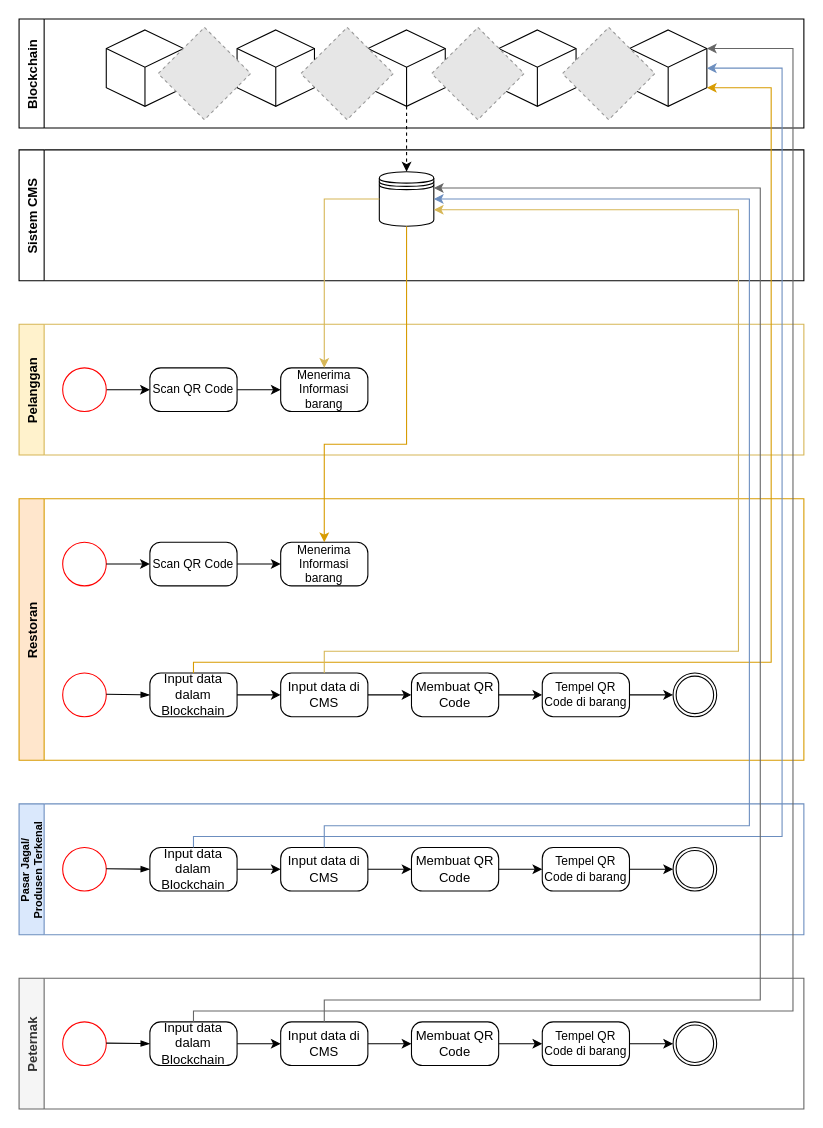
This is BPMN2_Ternak(No Fiesta).drawio from hanggaa/Diagram, a draw.io file, before an edit. Source tidied: cells renumbered, new cells numbered last; positions are measured from the earlier drawing's top-left corner, leaving out a move shared by most shapes. Both pictures are drawn from the tidied source at 109%, with x=0, y=0 at pixel (19, 19). Pictures stored in the file or linked from it are replaced by grey dashed boxes.
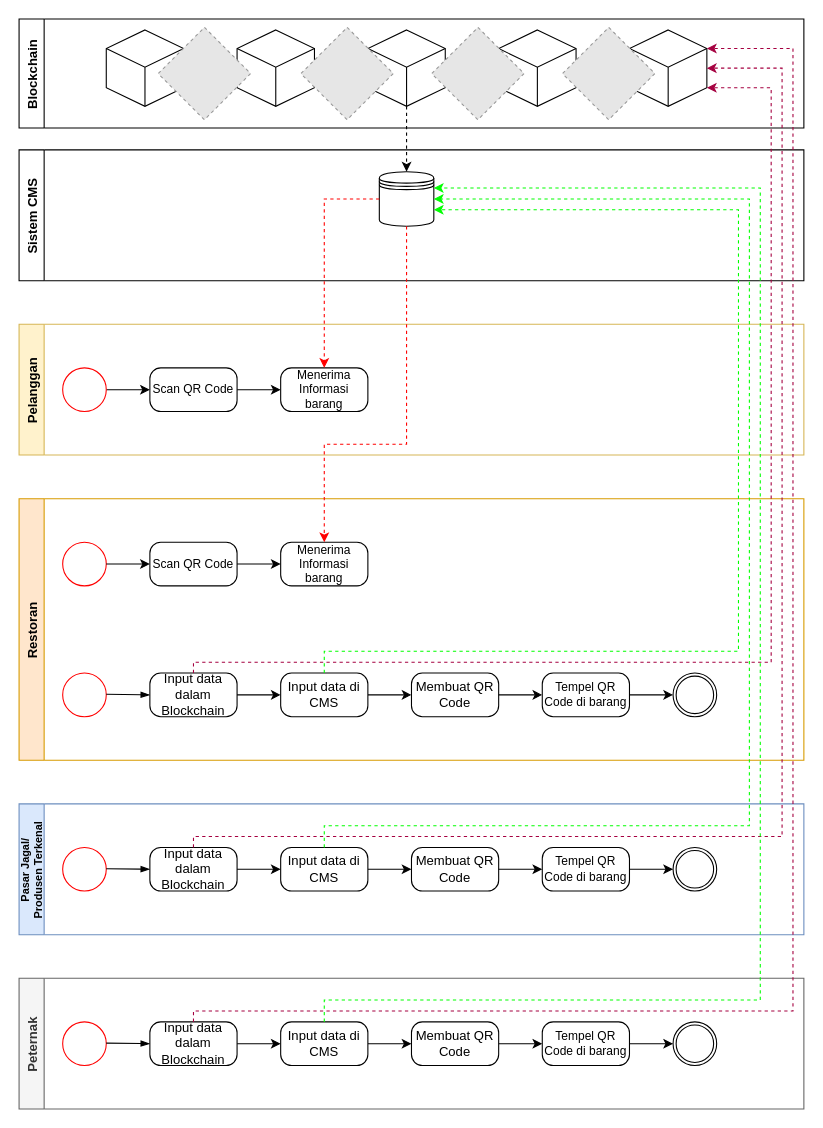
The same diagram, later.

The change refers to these unchanged cells:
```xml
<mxCell id="5" value="Input data dalam Blockchain" style="points=[[0.25,0,0],[0.5,0,0],[0.75,0,0],[1,0.25,0],[1,0.5,0],[1,0.75,0],[0.75,1,0],[0.5,1,0],[0.25,1,0],[0,0.75,0],[0,0.5,0],[0,0.25,0]];shape=mxgraph.bpmn.task;whiteSpace=wrap;rectStyle=rounded;size=10;taskMarker=abstract;" parent="2" vertex="1">
  <mxGeometry x="120" y="160" width="80" height="40" as="geometry" />
</mxCell>
<mxCell id="7" value="Input data di CMS" style="points=[[0.25,0,0],[0.5,0,0],[0.75,0,0],[1,0.25,0],[1,0.5,0],[1,0.75,0],[0.75,1,0],[0.5,1,0],[0.25,1,0],[0,0.75,0],[0,0.5,0],[0,0.25,0]];shape=mxgraph.bpmn.task;whiteSpace=wrap;rectStyle=rounded;size=10;taskMarker=abstract;" parent="2" vertex="1">
  <mxGeometry x="240" y="160" width="80" height="40" as="geometry" />
</mxCell>
<mxCell id="17" value="Menerima Informasi barang" style="points=[[0.25,0,0],[0.5,0,0],[0.75,0,0],[1,0.25,0],[1,0.5,0],[1,0.75,0],[0.75,1,0],[0.5,1,0],[0.25,1,0],[0,0.75,0],[0,0.5,0],[0,0.25,0]];shape=mxgraph.bpmn.task;whiteSpace=wrap;rectStyle=rounded;size=10;taskMarker=abstract;fontSize=11;" parent="2" vertex="1">
  <mxGeometry x="240" y="40" width="80" height="40" as="geometry" />
</mxCell>
<mxCell id="23" value="Input data dalam Blockchain" style="points=[[0.25,0,0],[0.5,0,0],[0.75,0,0],[1,0.25,0],[1,0.5,0],[1,0.75,0],[0.75,1,0],[0.5,1,0],[0.25,1,0],[0,0.75,0],[0,0.5,0],[0,0.25,0]];shape=mxgraph.bpmn.task;whiteSpace=wrap;rectStyle=rounded;size=10;taskMarker=abstract;" parent="19" vertex="1">
  <mxGeometry x="120" y="40" width="80" height="40" as="geometry" />
</mxCell>
<mxCell id="25" value="Input data di CMS" style="points=[[0.25,0,0],[0.5,0,0],[0.75,0,0],[1,0.25,0],[1,0.5,0],[1,0.75,0],[0.75,1,0],[0.5,1,0],[0.25,1,0],[0,0.75,0],[0,0.5,0],[0,0.25,0]];shape=mxgraph.bpmn.task;whiteSpace=wrap;rectStyle=rounded;size=10;taskMarker=abstract;" parent="19" vertex="1">
  <mxGeometry x="240" y="40" width="80" height="40" as="geometry" />
</mxCell>
<mxCell id="32" style="shape=datastore;whiteSpace=wrap;html=1;labelPosition=center;verticalLabelPosition=bottom;align=center;verticalAlign=top;" parent="31" vertex="1">
  <mxGeometry x="330.5" y="20" width="50" height="50" as="geometry" />
</mxCell>
<mxCell id="38" style="html=1;whiteSpace=wrap;shape=isoCube2;backgroundOutline=1;isoAngle=15;" parent="33" vertex="1">
  <mxGeometry x="560" y="10" width="71" height="70" as="geometry" />
</mxCell>
<mxCell id="48" value="Menerima Informasi barang" style="points=[[0.25,0,0],[0.5,0,0],[0.75,0,0],[1,0.25,0],[1,0.5,0],[1,0.75,0],[0.75,1,0],[0.5,1,0],[0.25,1,0],[0,0.75,0],[0,0.5,0],[0,0.25,0]];shape=mxgraph.bpmn.task;whiteSpace=wrap;rectStyle=rounded;size=10;taskMarker=abstract;fontSize=11;" parent="43" vertex="1">
  <mxGeometry x="240" y="40" width="80" height="40" as="geometry" />
</mxCell>
<mxCell id="53" value="Input data dalam Blockchain" style="points=[[0.25,0,0],[0.5,0,0],[0.75,0,0],[1,0.25,0],[1,0.5,0],[1,0.75,0],[0.75,1,0],[0.5,1,0],[0.25,1,0],[0,0.75,0],[0,0.5,0],[0,0.25,0]];shape=mxgraph.bpmn.task;whiteSpace=wrap;rectStyle=rounded;size=10;taskMarker=abstract;" parent="50" vertex="1">
  <mxGeometry x="120" y="40" width="80" height="40" as="geometry" />
</mxCell>
<mxCell id="55" value="Input data di CMS" style="points=[[0.25,0,0],[0.5,0,0],[0.75,0,0],[1,0.25,0],[1,0.5,0],[1,0.75,0],[0.75,1,0],[0.5,1,0],[0.25,1,0],[0,0.75,0],[0,0.5,0],[0,0.25,0]];shape=mxgraph.bpmn.task;whiteSpace=wrap;rectStyle=rounded;size=10;taskMarker=abstract;" parent="50" vertex="1">
  <mxGeometry x="240" y="40" width="80" height="40" as="geometry" />
</mxCell>
```

Change to the diagram source:
```diff
@@
-    <mxCell id="62" style="edgeStyle=orthogonalEdgeStyle;rounded=0;jettySize=auto;html=1;exitX=0.5;exitY=0;exitDx=0;exitDy=0;exitPerimeter=0;entryX=0;entryY=0;entryDx=71;entryDy=17.045591894688236;entryPerimeter=0;fillColor=#f5f5f5;strokeColor=#666666;" parent="1" edge="1" source="23" target="38">
+    <mxCell id="62" style="edgeStyle=orthogonalEdgeStyle;rounded=0;jettySize=auto;html=1;exitX=0.5;exitY=0;exitDx=0;exitDy=0;exitPerimeter=0;entryX=0;entryY=0;entryDx=71;entryDy=17.045591894688236;entryPerimeter=0;fillColor=#d80073;strokeColor=#A50040;dashed=1;" parent="1" edge="1" source="23" target="38">
       <mxGeometry relative="1" as="geometry">
         <Array as="points">
           <mxPoint x="160" y="910" />
           <mxPoint x="710" y="910" />
           <mxPoint x="710" y="27" />
         </Array>
       </mxGeometry>
     </mxCell>
-    <mxCell id="63" style="edgeStyle=orthogonalEdgeStyle;rounded=0;jettySize=auto;html=1;exitX=0.5;exitY=0;exitDx=0;exitDy=0;exitPerimeter=0;entryX=1;entryY=0.5;entryDx=0;entryDy=0;entryPerimeter=0;fillColor=#dae8fc;strokeColor=#6c8ebf;" parent="1" edge="1" source="53" target="38">
+    <mxCell id="63" style="edgeStyle=orthogonalEdgeStyle;rounded=0;jettySize=auto;html=1;exitX=0.5;exitY=0;exitDx=0;exitDy=0;exitPerimeter=0;entryX=1;entryY=0.5;entryDx=0;entryDy=0;entryPerimeter=0;fillColor=#d80073;strokeColor=#A50040;dashed=1;" parent="1" edge="1" source="53" target="38">
       <mxGeometry relative="1" as="geometry">
         <Array as="points">
           <mxPoint x="160" y="750" />
           <mxPoint x="700" y="750" />
           <mxPoint x="700" y="45" />
         </Array>
       </mxGeometry>
     </mxCell>
-    <mxCell id="64" style="edgeStyle=orthogonalEdgeStyle;rounded=0;jettySize=auto;html=1;exitX=0.5;exitY=0;exitDx=0;exitDy=0;exitPerimeter=0;entryX=0;entryY=0;entryDx=71;entryDy=52.954408105311764;entryPerimeter=0;fillColor=#ffe6cc;strokeColor=#d79b00;" parent="1" edge="1" source="5" target="38">
+    <mxCell id="64" style="edgeStyle=orthogonalEdgeStyle;rounded=0;jettySize=auto;html=1;exitX=0.5;exitY=0;exitDx=0;exitDy=0;exitPerimeter=0;entryX=0;entryY=0;entryDx=71;entryDy=52.954408105311764;entryPerimeter=0;fillColor=#d80073;strokeColor=#A50040;dashed=1;" parent="1" edge="1" source="5" target="38">
       <mxGeometry relative="1" as="geometry">
         <Array as="points">
           <mxPoint x="160" y="590" />
           <mxPoint x="690" y="590" />
           <mxPoint x="690" y="63" />
         </Array>
       </mxGeometry>
     </mxCell>
-    <mxCell id="65" style="edgeStyle=orthogonalEdgeStyle;rounded=0;jettySize=auto;html=1;exitX=0.5;exitY=0;exitDx=0;exitDy=0;exitPerimeter=0;entryX=1;entryY=0.3;entryDx=0;entryDy=0;fillColor=#f5f5f5;strokeColor=#666666;" parent="1" edge="1" source="25" target="32">
+    <mxCell id="65" style="edgeStyle=orthogonalEdgeStyle;rounded=0;jettySize=auto;html=1;exitX=0.5;exitY=0;exitDx=0;exitDy=0;exitPerimeter=0;entryX=1;entryY=0.3;entryDx=0;entryDy=0;fillColor=#f0a30a;strokeColor=#00FF00;dashed=1;" parent="1" edge="1" source="25" target="32">
       <mxGeometry relative="1" as="geometry">
         <Array as="points">
           <mxPoint x="280" y="900" />
           <mxPoint x="680" y="900" />
           <mxPoint x="680" y="155" />
         </Array>
       </mxGeometry>
     </mxCell>
-    <mxCell id="66" style="edgeStyle=orthogonalEdgeStyle;rounded=0;jettySize=auto;html=1;exitX=0.5;exitY=0;exitDx=0;exitDy=0;exitPerimeter=0;entryX=1;entryY=0.5;entryDx=0;entryDy=0;fillColor=#dae8fc;strokeColor=#6c8ebf;" parent="1" edge="1" source="55" target="32">
+    <mxCell id="66" style="edgeStyle=orthogonalEdgeStyle;rounded=0;jettySize=auto;html=1;exitX=0.5;exitY=0;exitDx=0;exitDy=0;exitPerimeter=0;entryX=1;entryY=0.5;entryDx=0;entryDy=0;fillColor=#ffff88;strokeColor=#00FF00;dashed=1;" parent="1" edge="1" source="55" target="32">
       <mxGeometry relative="1" as="geometry">
         <Array as="points">
           <mxPoint x="280" y="740" />
           <mxPoint x="670" y="740" />
           <mxPoint x="670" y="165" />
         </Array>
       </mxGeometry>
     </mxCell>
-    <mxCell id="67" style="edgeStyle=orthogonalEdgeStyle;rounded=0;jettySize=auto;html=1;exitX=0.5;exitY=0;exitDx=0;exitDy=0;exitPerimeter=0;entryX=1;entryY=0.7;entryDx=0;entryDy=0;fillColor=#fff2cc;strokeColor=#d6b656;" parent="1" edge="1" source="7" target="32">
+    <mxCell id="67" style="edgeStyle=orthogonalEdgeStyle;rounded=0;jettySize=auto;html=1;exitX=0.5;exitY=0;exitDx=0;exitDy=0;exitPerimeter=0;entryX=1;entryY=0.7;entryDx=0;entryDy=0;fillColor=#fff2cc;strokeColor=#00FF00;dashed=1;" parent="1" edge="1" source="7" target="32">
       <mxGeometry relative="1" as="geometry">
         <Array as="points">
           <mxPoint x="280" y="580" />
           <mxPoint x="660" y="580" />
           <mxPoint x="660" y="175" />
         </Array>
       </mxGeometry>
     </mxCell>
-    <mxCell id="68" style="edgeStyle=orthogonalEdgeStyle;rounded=0;jettySize=auto;html=1;exitX=0;exitY=0.5;exitDx=0;exitDy=0;entryX=0.5;entryY=0;entryDx=0;entryDy=0;entryPerimeter=0;fillColor=#fff2cc;strokeColor=#d6b656;" parent="1" edge="1" source="32" target="48">
+    <mxCell id="68" style="edgeStyle=orthogonalEdgeStyle;rounded=0;jettySize=auto;html=1;exitX=0;exitY=0.5;exitDx=0;exitDy=0;entryX=0.5;entryY=0;entryDx=0;entryDy=0;entryPerimeter=0;fillColor=#fff2cc;strokeColor=#FF0000;dashed=1;" parent="1" edge="1" source="32" target="48">
       <mxGeometry relative="1" as="geometry" />
     </mxCell>
-    <mxCell id="69" style="edgeStyle=orthogonalEdgeStyle;rounded=0;jettySize=auto;html=1;exitX=0.5;exitY=1;exitDx=0;exitDy=0;entryX=0.5;entryY=0;entryDx=0;entryDy=0;entryPerimeter=0;fillColor=#ffe6cc;strokeColor=#d79b00;" parent="1" edge="1" source="32" target="17">
+    <mxCell id="69" style="edgeStyle=orthogonalEdgeStyle;rounded=0;jettySize=auto;html=1;exitX=0.5;exitY=1;exitDx=0;exitDy=0;entryX=0.5;entryY=0;entryDx=0;entryDy=0;entryPerimeter=0;fillColor=#ffe6cc;strokeColor=#FF0000;dashed=1;" parent="1" edge="1" source="32" target="17">
       <mxGeometry relative="1" as="geometry">
         <Array as="points">
           <mxPoint x="356" y="390" />
           <mxPoint x="280" y="390" />
         </Array>
       </mxGeometry>
     </mxCell>
```
